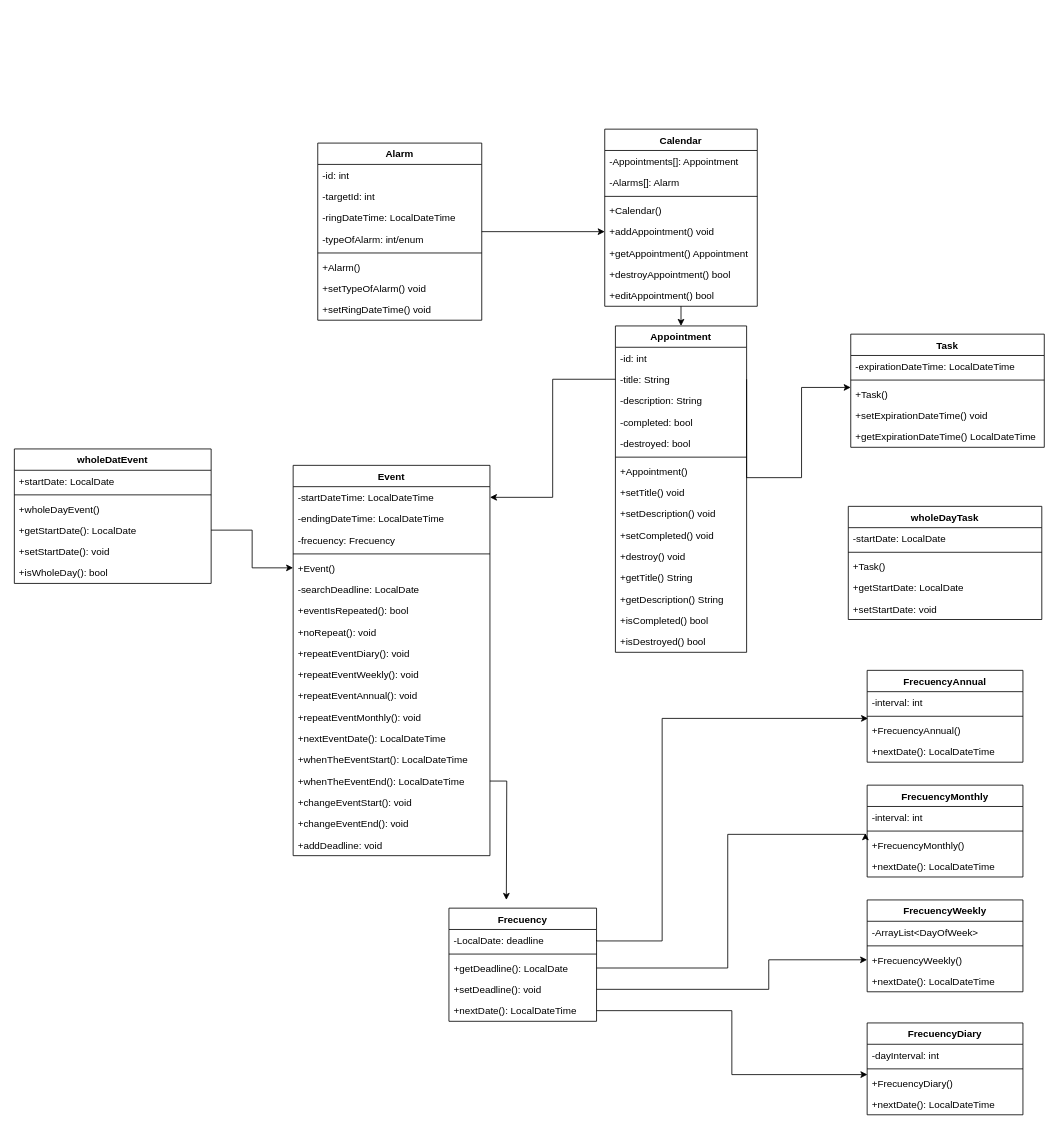
gmenendez0/Calendar keeps this draw.io diagram as doc/UML-Calendar_Class_Diagram.drawio. Above is the earlier version. Source tidied: cells renumbered, new cells numbered last; positions are measured from the earlier drawing's top-left corner, leaving out a move shared by most shapes. Both pictures are drawn from the tidied source at 82%, with x=0, y=0 at pixel (14, 129).
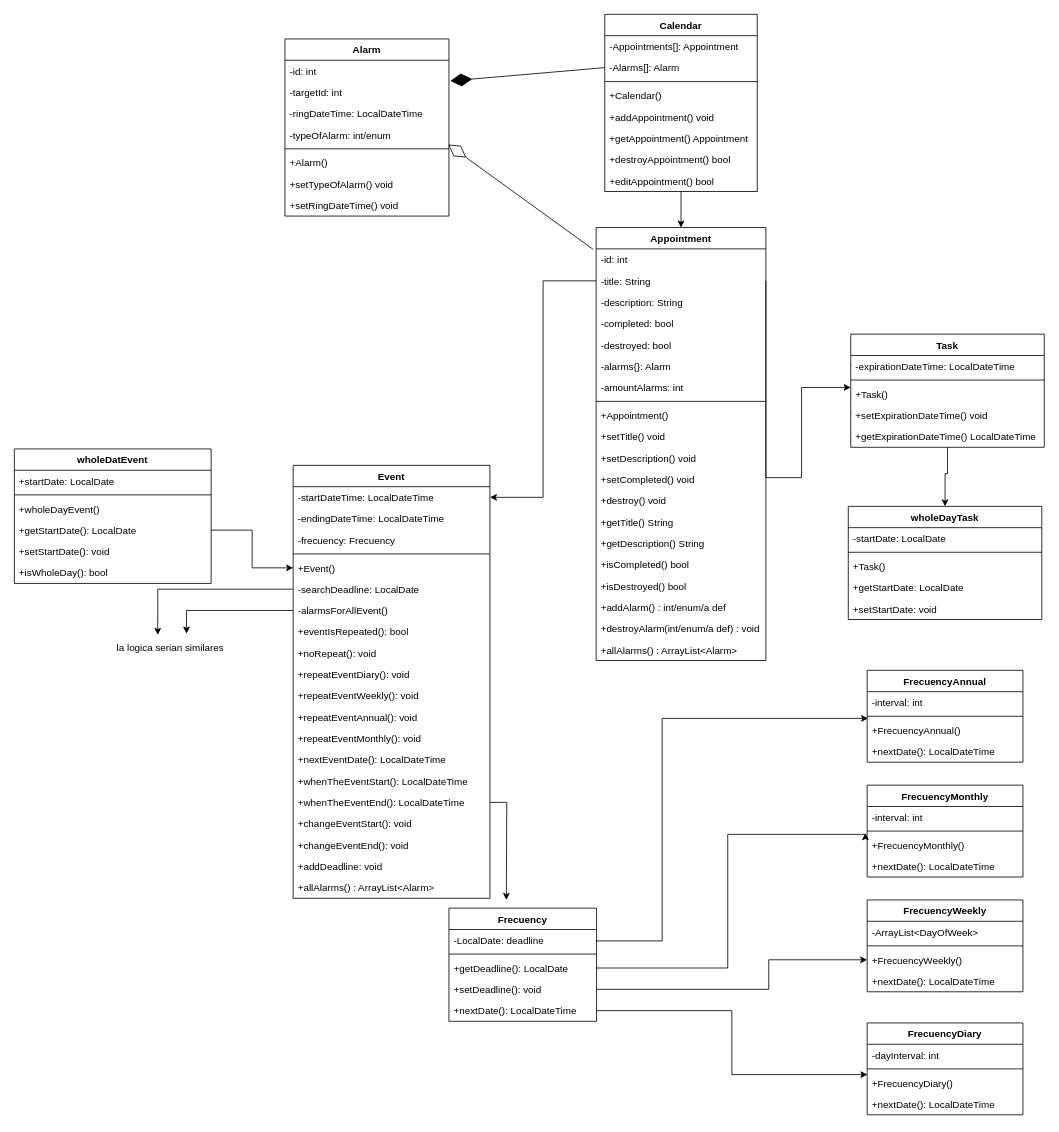
After the change.

Commit message (it also covers changes not shown here):
Posible Metodos de alarmas

The change refers to these unchanged cells:
```xml
<mxCell id="5" value="-Alarms[]: Alarm" style="text;strokeColor=none;fillColor=none;align=left;verticalAlign=top;spacingLeft=4;spacingRight=4;overflow=hidden;points=[[0,0.5],[1,0.5]];portConstraint=eastwest;" parent="3" vertex="1">
  <mxGeometry y="52" width="186" height="26" as="geometry" />
</mxCell>
<mxCell id="8" value="+addAppointment() void" style="text;strokeColor=none;fillColor=none;align=left;verticalAlign=top;spacingLeft=4;spacingRight=4;overflow=hidden;points=[[0,0.5],[1,0.5]];portConstraint=eastwest;" parent="3" vertex="1">
  <mxGeometry y="112" width="186" height="26" as="geometry" />
</mxCell>
<mxCell id="18" value="-searchDeadline: LocalDate" style="text;strokeColor=none;fillColor=none;align=left;verticalAlign=top;spacingLeft=4;spacingRight=4;overflow=hidden;points=[[0,0.5],[1,0.5]];portConstraint=eastwest;" parent="12" vertex="1">
  <mxGeometry y="138" width="240" height="26" as="geometry" />
</mxCell>
<mxCell id="32" value="Task" style="swimlane;fontStyle=1;align=center;verticalAlign=top;horizontal=1;startSize=26;" parent="1" vertex="1">
  <mxGeometry x="1020" y="250" width="236" height="138" as="geometry" />
</mxCell>
<mxCell id="56" value="-id: int&#10;" style="text;strokeColor=none;fillColor=none;align=left;verticalAlign=top;spacingLeft=4;spacingRight=4;overflow=hidden;points=[[0,0.5],[1,0.5]];portConstraint=eastwest;" parent="55" vertex="1">
  <mxGeometry y="26" width="200" height="26" as="geometry" />
</mxCell>
<mxCell id="59" value="-typeOfAlarm: int/enum" style="text;strokeColor=none;fillColor=none;align=left;verticalAlign=top;spacingLeft=4;spacingRight=4;overflow=hidden;points=[[0,0.5],[1,0.5]];portConstraint=eastwest;" parent="55" vertex="1">
  <mxGeometry y="104" width="200" height="26" as="geometry" />
</mxCell>
<mxCell id="101" value="wholeDayTask" style="swimlane;fontStyle=1;align=center;verticalAlign=top;horizontal=1;startSize=26;" parent="1" vertex="1">
  <mxGeometry x="1017" y="460" width="236" height="138" as="geometry" />
</mxCell>
```

The edit, as a diff of the source:
```diff
@@
     <mxCell id="3" value="Calendar" style="swimlane;fontStyle=1;align=center;verticalAlign=top;horizontal=1;startSize=26;" parent="1" vertex="1">
-      <mxGeometry x="720" width="186" height="216" as="geometry" />
+      <mxGeometry x="720" y="-140" width="186" height="216" as="geometry" />
     </mxCell>
@@
     <mxCell id="12" value="Event" style="swimlane;fontStyle=1;align=center;verticalAlign=top;horizontal=1;startSize=26;" parent="1" vertex="1">
-      <mxGeometry x="340" y="410" width="240" height="476" as="geometry" />
+      <mxGeometry x="340" y="410" width="240" height="528" as="geometry" />
     </mxCell>
@@
+    <mxCell id="111" value="-alarmsForAllEvent()" style="text;strokeColor=none;fillColor=none;align=left;verticalAlign=top;spacingLeft=4;spacingRight=4;overflow=hidden;points=[[0,0.5],[1,0.5]];portConstraint=eastwest;" parent="12" vertex="1">
+      <mxGeometry y="164" width="240" height="26" as="geometry" />
+    </mxCell>
     <mxCell id="19" value="+eventIsRepeated(): bool" style="text;strokeColor=none;fillColor=none;align=left;verticalAlign=top;spacingLeft=4;spacingRight=4;overflow=hidden;" parent="12" vertex="1">
-      <mxGeometry y="164" width="240" height="26" as="geometry" />
+      <mxGeometry y="190" width="240" height="26" as="geometry" />
     </mxCell>
     <mxCell id="20" value="+noRepeat(): void" style="text;strokeColor=none;fillColor=none;align=left;verticalAlign=top;spacingLeft=4;spacingRight=4;overflow=hidden;" parent="12" vertex="1">
-      <mxGeometry y="190" width="240" height="26" as="geometry" />
+      <mxGeometry y="216" width="240" height="26" as="geometry" />
     </mxCell>
     <mxCell id="21" value="+repeatEventDiary(): void" style="text;strokeColor=none;fillColor=none;align=left;verticalAlign=top;spacingLeft=4;spacingRight=4;overflow=hidden;" parent="12" vertex="1">
-      <mxGeometry y="216" width="240" height="26" as="geometry" />
+      <mxGeometry y="242" width="240" height="26" as="geometry" />
     </mxCell>
     <mxCell id="22" value="+repeatEventWeekly(): void" style="text;strokeColor=none;fillColor=none;align=left;verticalAlign=top;spacingLeft=4;spacingRight=4;overflow=hidden;" parent="12" vertex="1">
-      <mxGeometry y="242" width="240" height="26" as="geometry" />
+      <mxGeometry y="268" width="240" height="26" as="geometry" />
     </mxCell>
     <mxCell id="23" value="+repeatEventAnnual(): void" style="text;strokeColor=none;fillColor=none;align=left;verticalAlign=top;spacingLeft=4;spacingRight=4;overflow=hidden;" parent="12" vertex="1">
-      <mxGeometry y="268" width="240" height="26" as="geometry" />
+      <mxGeometry y="294" width="240" height="26" as="geometry" />
     </mxCell>
     <mxCell id="24" value="+repeatEventMonthly(): void" style="text;strokeColor=none;fillColor=none;align=left;verticalAlign=top;spacingLeft=4;spacingRight=4;overflow=hidden;" parent="12" vertex="1">
-      <mxGeometry y="294" width="240" height="26" as="geometry" />
+      <mxGeometry y="320" width="240" height="26" as="geometry" />
     </mxCell>
     <mxCell id="25" value="+nextEventDate(): LocalDateTime" style="text;strokeColor=none;fillColor=none;align=left;verticalAlign=top;spacingLeft=4;spacingRight=4;overflow=hidden;" parent="12" vertex="1">
-      <mxGeometry y="320" width="240" height="26" as="geometry" />
+      <mxGeometry y="346" width="240" height="26" as="geometry" />
     </mxCell>
@@
     <mxCell id="27" value="+whenTheEventStart(): LocalDateTime" style="text;strokeColor=none;fillColor=none;align=left;verticalAlign=top;spacingLeft=4;spacingRight=4;overflow=hidden;" parent="12" vertex="1">
-      <mxGeometry y="346" width="240" height="26" as="geometry" />
+      <mxGeometry y="372" width="240" height="26" as="geometry" />
     </mxCell>
     <mxCell id="28" value="+whenTheEventEnd(): LocalDateTime" style="text;strokeColor=none;fillColor=none;align=left;verticalAlign=top;spacingLeft=4;spacingRight=4;overflow=hidden;points=[[0,0.5],[1,0.5]];portConstraint=eastwest;" parent="12" vertex="1">
-      <mxGeometry y="372" width="240" height="26" as="geometry" />
+      <mxGeometry y="398" width="240" height="26" as="geometry" />
     </mxCell>
     <mxCell id="29" value="+changeEventStart(): void" style="text;strokeColor=none;fillColor=none;align=left;verticalAlign=top;spacingLeft=4;spacingRight=4;overflow=hidden;" parent="12" vertex="1">
-      <mxGeometry y="398" width="240" height="26" as="geometry" />
+      <mxGeometry y="424" width="240" height="26" as="geometry" />
     </mxCell>
     <mxCell id="30" value="+changeEventEnd(): void" style="text;strokeColor=none;fillColor=none;align=left;verticalAlign=top;spacingLeft=4;spacingRight=4;overflow=hidden;" parent="12" vertex="1">
-      <mxGeometry y="424" width="240" height="26" as="geometry" />
+      <mxGeometry y="450" width="240" height="26" as="geometry" />
     </mxCell>
     <mxCell id="31" value="+addDeadline: void" style="text;strokeColor=none;fillColor=none;align=left;verticalAlign=top;spacingLeft=4;spacingRight=4;overflow=hidden;" parent="12" vertex="1">
-      <mxGeometry y="450" width="240" height="26" as="geometry" />
+      <mxGeometry y="476" width="240" height="26" as="geometry" />
     </mxCell>
+    <mxCell id="112" value="+allAlarms() : ArrayList&lt;Alarm&gt;" style="text;strokeColor=none;fillColor=none;align=left;verticalAlign=top;spacingLeft=4;spacingRight=4;overflow=hidden;" parent="12" vertex="1">
+      <mxGeometry y="502" width="240" height="26" as="geometry" />
+    </mxCell>
+    <mxCell id="113" style="edgeStyle=orthogonalEdgeStyle;rounded=0;jettySize=auto;html=1;exitX=0.5;exitY=1;exitDx=0;exitDy=0;" parent="1" edge="1" source="32" target="101">
+      <mxGeometry relative="1" as="geometry">
+        <Array as="points">
+          <mxPoint x="1138" y="420" />
+          <mxPoint x="1135" y="420" />
+        </Array>
+      </mxGeometry>
+    </mxCell>
@@
     <mxCell id="38" value="Appointment" style="swimlane;fontStyle=1;align=center;verticalAlign=top;horizontal=1;startSize=26;" parent="1" vertex="1">
-      <mxGeometry x="733" y="240" width="160" height="398" as="geometry" />
+      <mxGeometry x="709.5" y="120" width="207" height="528" as="geometry" />
     </mxCell>
     <mxCell id="39" value="-id: int" style="text;strokeColor=none;fillColor=none;align=left;verticalAlign=top;spacingLeft=4;spacingRight=4;overflow=hidden;points=[[0,0.5],[1,0.5]];portConstraint=eastwest;" parent="38" vertex="1">
-      <mxGeometry y="26" width="160" height="26" as="geometry" />
+      <mxGeometry y="26" width="207" height="26" as="geometry" />
     </mxCell>
     <mxCell id="40" value="-title: String" style="text;strokeColor=none;fillColor=none;align=left;verticalAlign=top;spacingLeft=4;spacingRight=4;overflow=hidden;points=[[0,0.5],[1,0.5]];portConstraint=eastwest;" parent="38" vertex="1">
-      <mxGeometry y="52" width="160" height="26" as="geometry" />
+      <mxGeometry y="52" width="207" height="26" as="geometry" />
     </mxCell>
     <mxCell id="41" value="-description: String" style="text;strokeColor=none;fillColor=none;align=left;verticalAlign=top;spacingLeft=4;spacingRight=4;overflow=hidden;" parent="38" vertex="1">
-      <mxGeometry y="78" width="160" height="26" as="geometry" />
+      <mxGeometry y="78" width="207" height="26" as="geometry" />
     </mxCell>
     <mxCell id="42" value="-completed: bool" style="text;strokeColor=none;fillColor=none;align=left;verticalAlign=top;spacingLeft=4;spacingRight=4;overflow=hidden;" parent="38" vertex="1">
-      <mxGeometry y="104" width="160" height="26" as="geometry" />
+      <mxGeometry y="104" width="207" height="26" as="geometry" />
     </mxCell>
     <mxCell id="43" value="-destroyed: bool" style="text;strokeColor=none;fillColor=none;align=left;verticalAlign=top;spacingLeft=4;spacingRight=4;overflow=hidden;" parent="38" vertex="1">
-      <mxGeometry y="130" width="160" height="26" as="geometry" />
+      <mxGeometry y="130" width="207" height="26" as="geometry" />
     </mxCell>
+    <mxCell id="114" value="-alarms{}: Alarm&#10;" style="text;strokeColor=none;fillColor=none;align=left;verticalAlign=top;spacingLeft=4;spacingRight=4;overflow=hidden;" parent="38" vertex="1">
+      <mxGeometry y="156" width="207" height="26" as="geometry" />
+    </mxCell>
+    <mxCell id="115" value="-amountAlarms: int&#10;" style="text;strokeColor=none;fillColor=none;align=left;verticalAlign=top;spacingLeft=4;spacingRight=4;overflow=hidden;" parent="38" vertex="1">
+      <mxGeometry y="182" width="207" height="26" as="geometry" />
+    </mxCell>
     <mxCell id="44" style="line;strokeWidth=1;fillColor=none;align=left;verticalAlign=middle;spacingTop=-1;spacingLeft=3;spacingRight=3;labelPosition=right;strokeColor=inherit;" parent="38" vertex="1">
-      <mxGeometry y="156" width="160" height="8" as="geometry" />
+      <mxGeometry y="208" width="207" height="8" as="geometry" />
     </mxCell>
     <mxCell id="45" value="+Appointment()" style="text;strokeColor=none;fillColor=none;align=left;verticalAlign=top;spacingLeft=4;spacingRight=4;overflow=hidden;" parent="38" vertex="1">
-      <mxGeometry y="164" width="160" height="26" as="geometry" />
+      <mxGeometry y="216" width="207" height="26" as="geometry" />
     </mxCell>
     <mxCell id="46" value="+setTitle() void" style="text;strokeColor=none;fillColor=none;align=left;verticalAlign=top;spacingLeft=4;spacingRight=4;overflow=hidden;" parent="38" vertex="1">
-      <mxGeometry y="190" width="160" height="26" as="geometry" />
+      <mxGeometry y="242" width="207" height="26" as="geometry" />
     </mxCell>
     <mxCell id="47" value="+setDescription() void" style="text;strokeColor=none;fillColor=none;align=left;verticalAlign=top;spacingLeft=4;spacingRight=4;overflow=hidden;" parent="38" vertex="1">
-      <mxGeometry y="216" width="160" height="26" as="geometry" />
+      <mxGeometry y="268" width="207" height="26" as="geometry" />
     </mxCell>
     <mxCell id="48" value="+setCompleted() void" style="text;strokeColor=none;fillColor=none;align=left;verticalAlign=top;spacingLeft=4;spacingRight=4;overflow=hidden;" parent="38" vertex="1">
-      <mxGeometry y="242" width="160" height="26" as="geometry" />
+      <mxGeometry y="294" width="207" height="26" as="geometry" />
     </mxCell>
     <mxCell id="49" value="+destroy() void" style="text;strokeColor=none;fillColor=none;align=left;verticalAlign=top;spacingLeft=4;spacingRight=4;overflow=hidden;" parent="38" vertex="1">
-      <mxGeometry y="268" width="160" height="26" as="geometry" />
+      <mxGeometry y="320" width="207" height="26" as="geometry" />
     </mxCell>
     <mxCell id="50" value="+getTitle() String" style="text;strokeColor=none;fillColor=none;align=left;verticalAlign=top;spacingLeft=4;spacingRight=4;overflow=hidden;" parent="38" vertex="1">
-      <mxGeometry y="294" width="160" height="26" as="geometry" />
+      <mxGeometry y="346" width="207" height="26" as="geometry" />
     </mxCell>
     <mxCell id="51" value="+getDescription() String" style="text;strokeColor=none;fillColor=none;align=left;verticalAlign=top;spacingLeft=4;spacingRight=4;overflow=hidden;" parent="38" vertex="1">
-      <mxGeometry y="320" width="160" height="26" as="geometry" />
+      <mxGeometry y="372" width="207" height="26" as="geometry" />
     </mxCell>
     <mxCell id="52" value="+isCompleted() bool" style="text;strokeColor=none;fillColor=none;align=left;verticalAlign=top;spacingLeft=4;spacingRight=4;overflow=hidden;" parent="38" vertex="1">
-      <mxGeometry y="346" width="160" height="26" as="geometry" />
+      <mxGeometry y="398" width="207" height="26" as="geometry" />
     </mxCell>
+    <mxCell id="116" value="+isDestroyed() bool" style="text;strokeColor=none;fillColor=none;align=left;verticalAlign=top;spacingLeft=4;spacingRight=4;overflow=hidden;" parent="38" vertex="1">
+      <mxGeometry y="424" width="207" height="26" as="geometry" />
+    </mxCell>
-    <mxCell id="53" value="+isDestroyed() bool" style="text;strokeColor=none;fillColor=none;align=left;verticalAlign=top;spacingLeft=4;spacingRight=4;overflow=hidden;" parent="38" vertex="1">
-      <mxGeometry y="372" width="160" height="26" as="geometry" />
+    <mxCell id="53" value="+addAlarm() : int/enum/a def&#10;" style="text;strokeColor=none;fillColor=none;align=left;verticalAlign=top;spacingLeft=4;spacingRight=4;overflow=hidden;" parent="38" vertex="1">
+      <mxGeometry y="450" width="207" height="26" as="geometry" />
     </mxCell>
-    <mxCell id="54" style="edgeStyle=orthogonalEdgeStyle;rounded=0;jettySize=auto;html=1;" parent="1" edge="1" source="55" target="8">
-      <mxGeometry relative="1" as="geometry" />
-    </mxCell>
+    <mxCell id="117" value="+destroyAlarm(int/enum/a def) : void" style="text;strokeColor=none;fillColor=none;align=left;verticalAlign=top;spacingLeft=4;spacingRight=4;overflow=hidden;" parent="38" vertex="1">
+      <mxGeometry y="476" width="207" height="26" as="geometry" />
+    </mxCell>
+    <mxCell id="118" value="+allAlarms() : ArrayList&lt;Alarm&gt;" style="text;strokeColor=none;fillColor=none;align=left;verticalAlign=top;spacingLeft=4;spacingRight=4;overflow=hidden;" parent="38" vertex="1">
+      <mxGeometry y="502" width="207" height="26" as="geometry" />
+    </mxCell>
     <mxCell id="55" value="Alarm" style="swimlane;fontStyle=1;align=center;verticalAlign=top;horizontal=1;startSize=26;" parent="1" vertex="1">
-      <mxGeometry x="370" y="17" width="200" height="216" as="geometry" />
+      <mxGeometry x="330" y="-110" width="200" height="216" as="geometry" />
     </mxCell>
@@
+    <mxCell id="119" style="endArrow=diamondThin;endFill=1;endSize=24;html=1;rounded=0;exitX=0;exitY=0.5;exitDx=0;exitDy=0;entryX=1.008;entryY=0.969;entryDx=0;entryDy=0;entryPerimeter=0;" parent="1" edge="1" source="5" target="56">
+      <mxGeometry relative="1" as="geometry" />
+    </mxCell>
+    <mxCell id="120" style="endArrow=diamondThin;endFill=0;endSize=24;html=1;rounded=0;exitX=-0.018;exitY=0.023;exitDx=0;exitDy=0;exitPerimeter=0;entryX=0.996;entryY=0.954;entryDx=0;entryDy=0;entryPerimeter=0;" parent="1" edge="1" source="39" target="59">
+      <mxGeometry relative="1" as="geometry" />
+    </mxCell>
+    <mxCell id="121" value="la logica serian similares&lt;br&gt;" style="text;html=1;align=center;verticalAlign=middle;points=[];strokeColor=none;fillColor=none;" parent="1" vertex="1">
+      <mxGeometry x="115" y="618" width="150" height="30" as="geometry" />
+    </mxCell>
+    <mxCell id="122" style="edgeStyle=orthogonalEdgeStyle;rounded=0;jettySize=auto;html=1;entryX=0.399;entryY=-0.04;entryDx=0;entryDy=0;entryPerimeter=0;" parent="1" edge="1" source="18" target="121">
+      <mxGeometry relative="1" as="geometry" />
+    </mxCell>
+    <mxCell id="123" style="edgeStyle=orthogonalEdgeStyle;rounded=0;jettySize=auto;html=1;exitX=0;exitY=0.5;exitDx=0;exitDy=0;entryX=0.633;entryY=-0.093;entryDx=0;entryDy=0;entryPerimeter=0;" parent="1" edge="1" source="111" target="121">
+      <mxGeometry relative="1" as="geometry" />
+    </mxCell>
```
